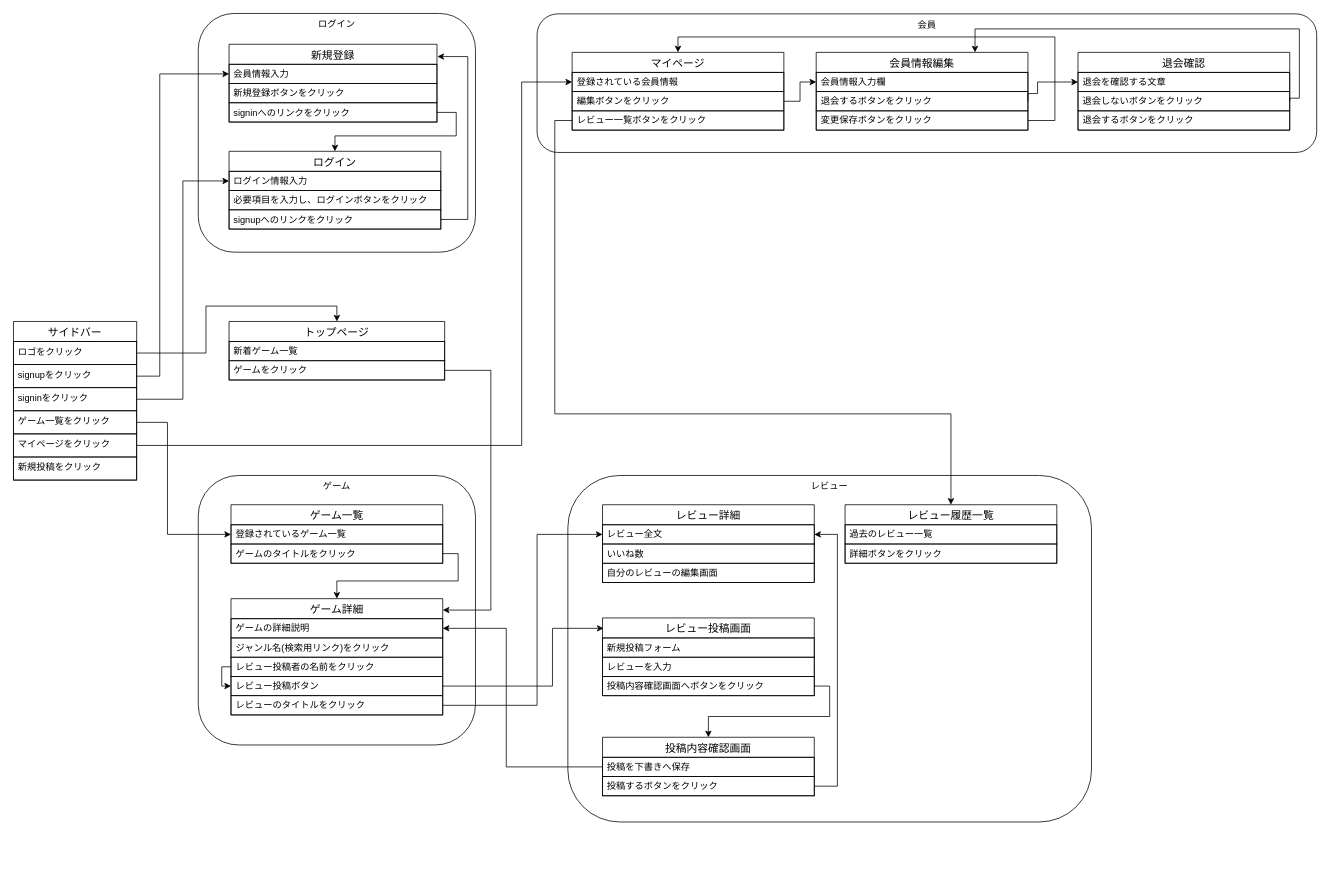
Before: GRG.drawio in kuropAqn/grg, a draw.io diagram. Source tidied: cells renumbered, new cells numbered last; positions are measured from the earlier drawing's top-left corner, leaving out a move shared by most shapes. Both pictures are drawn from the tidied source at 77%, with x=0, y=0 at pixel (13, 13).
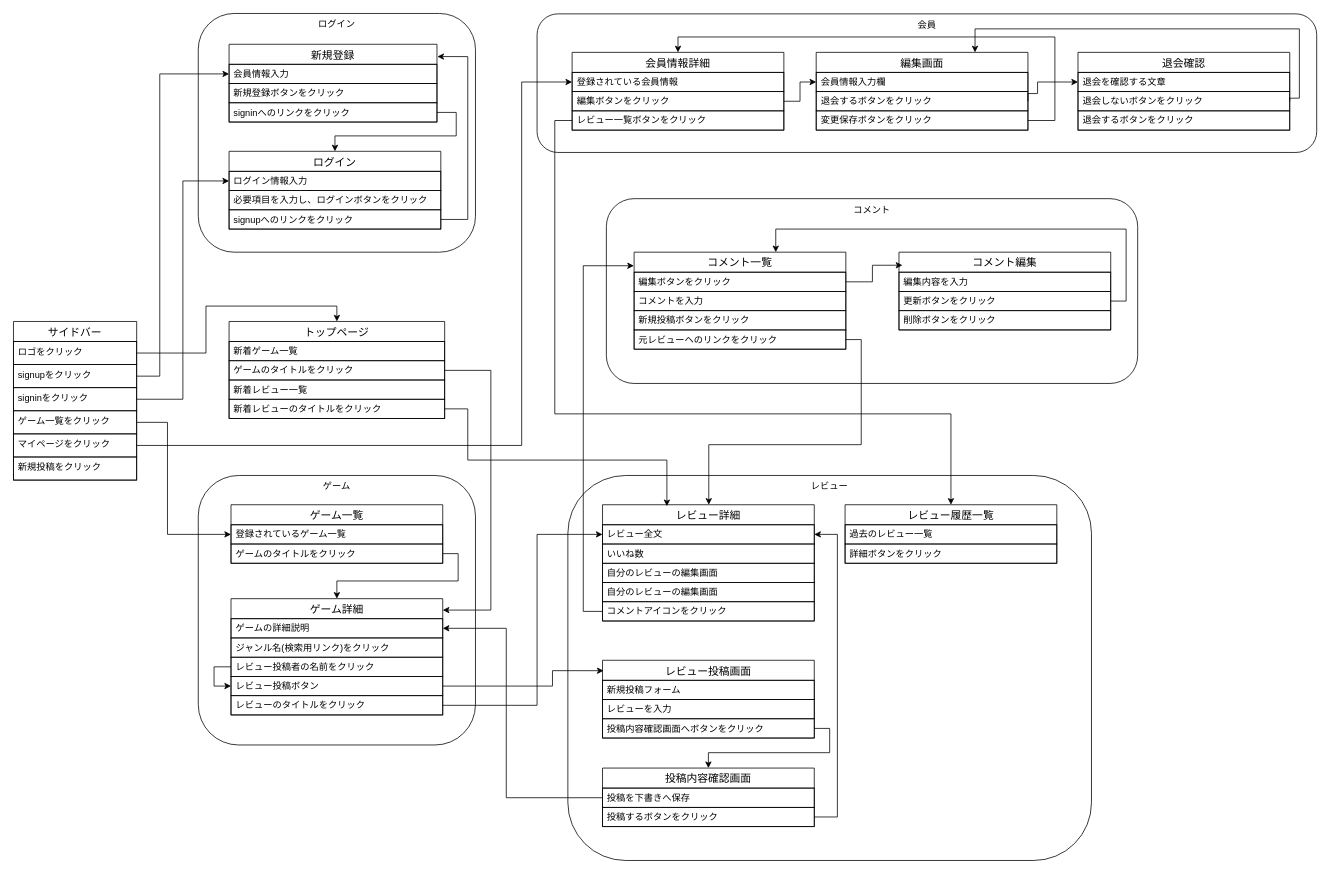
Above is the later version.

Commit message:
GRG.drawio を更新します

The change refers to these unchanged cells:
```xml
<mxCell id="26" value="投稿内容確認画面へボタンをクリック" style="text;strokeColor=default;fillColor=none;spacingLeft=4;spacingRight=4;overflow=hidden;points=[[0,0.5],[1,0.5]];portConstraint=eastwest;fontSize=12;whiteSpace=wrap;html=1;verticalAlign=middle;align=left;" parent="23" vertex="1">
  <mxGeometry y="76" width="275" height="25" as="geometry" />
</mxCell>
<mxCell id="31" value="ゲーム詳細" style="swimlane;fontStyle=0;horizontal=1;startSize=26;align=center;fontSize=14;" parent="1" vertex="1">
  <mxGeometry x="282.5" y="760" width="275" height="151" as="geometry" />
</mxCell>
<mxCell id="32" value="ゲームの詳細説明" style="text;strokeColor=default;fillColor=none;spacingLeft=4;spacingRight=4;overflow=hidden;points=[[0,0.5],[1,0.5]];portConstraint=eastwest;fontSize=12;whiteSpace=wrap;html=1;verticalAlign=middle;align=left;" parent="31" vertex="1">
  <mxGeometry y="26" width="275" height="25" as="geometry" />
</mxCell>
<mxCell id="35" value="レビュー投稿者の名前をクリック" style="text;strokeColor=default;fillColor=none;spacingLeft=4;spacingRight=4;overflow=hidden;points=[[0,0.5],[1,0.5]];portConstraint=eastwest;fontSize=12;whiteSpace=wrap;html=1;verticalAlign=middle;align=left;" parent="31" vertex="1">
  <mxGeometry y="76" width="275" height="25" as="geometry" />
</mxCell>
<mxCell id="36" value="レビュー投稿ボタン" style="text;strokeColor=default;fillColor=none;spacingLeft=4;spacingRight=4;overflow=hidden;points=[[0,0.5],[1,0.5]];portConstraint=eastwest;fontSize=12;whiteSpace=wrap;html=1;verticalAlign=middle;align=left;" parent="31" vertex="1">
  <mxGeometry y="101" width="275" height="25" as="geometry" />
</mxCell>
<mxCell id="40" value="投稿を下書きへ保存" style="text;strokeColor=default;fillColor=none;spacingLeft=4;spacingRight=4;overflow=hidden;points=[[0,0.5],[1,0.5]];portConstraint=eastwest;fontSize=12;whiteSpace=wrap;html=1;verticalAlign=middle;align=left;" parent="39" vertex="1">
  <mxGeometry y="26" width="275" height="25" as="geometry" />
</mxCell>
<mxCell id="41" value="投稿するボタンをクリック" style="text;strokeColor=default;fillColor=none;spacingLeft=4;spacingRight=4;overflow=hidden;points=[[0,0.5],[1,0.5]];portConstraint=eastwest;fontSize=12;whiteSpace=wrap;html=1;verticalAlign=middle;align=left;" parent="39" vertex="1">
  <mxGeometry y="51" width="275" height="25" as="geometry" />
</mxCell>
<mxCell id="46" value="レビュー全文" style="text;strokeColor=default;fillColor=none;spacingLeft=4;spacingRight=4;overflow=hidden;points=[[0,0.5],[1,0.5]];portConstraint=eastwest;fontSize=12;whiteSpace=wrap;html=1;verticalAlign=middle;align=left;" parent="45" vertex="1">
  <mxGeometry y="26" width="275" height="25" as="geometry" />
</mxCell>
```

What changed in the source:
```diff
@@
     <mxCell id="22" value="レビュー" style="rounded=1;whiteSpace=wrap;html=1;verticalAlign=top;" parent="1" vertex="1">
-      <mxGeometry x="720" y="600" width="680" height="450" as="geometry" />
+      <mxGeometry x="720" y="600" width="680" height="500" as="geometry" />
     </mxCell>
     <mxCell id="23" value="レビュー投稿画面" style="swimlane;fontStyle=0;horizontal=1;startSize=26;align=center;fontSize=14;" parent="1" vertex="1">
-      <mxGeometry x="765" y="785" width="275" height="101" as="geometry" />
+      <mxGeometry x="765" y="840" width="275" height="101" as="geometry" />
     </mxCell>
@@
     <mxCell id="34" style="edgeStyle=orthogonalEdgeStyle;rounded=0;jettySize=auto;html=1;exitX=0;exitY=0.5;exitDx=0;exitDy=0;entryX=0;entryY=0.5;entryDx=0;entryDy=0;" parent="31" edge="1" source="35" target="36">
       <mxGeometry relative="1" as="geometry">
         <Array as="points">
-          <mxPoint x="-12" y="89" />
-          <mxPoint x="-12" y="114" />
+          <mxPoint x="-22" y="89" />
+          <mxPoint x="-22" y="114" />
         </Array>
       </mxGeometry>
     </mxCell>
@@
     <mxCell id="39" value="投稿内容確認画面" style="swimlane;fontStyle=0;horizontal=1;startSize=26;align=center;fontSize=14;" parent="1" vertex="1">
-      <mxGeometry x="765" y="940" width="275" height="76" as="geometry" />
+      <mxGeometry x="765" y="980" width="275" height="76" as="geometry" />
     </mxCell>
@@
     <mxCell id="43" style="edgeStyle=orthogonalEdgeStyle;rounded=0;jettySize=auto;html=1;exitX=1;exitY=0.5;exitDx=0;exitDy=0;entryX=0.5;entryY=0;entryDx=0;entryDy=0;" parent="1" edge="1" source="26" target="39">
-      <mxGeometry relative="1" as="geometry" />
+      <mxGeometry relative="1" as="geometry">
+        <Array as="points">
+          <mxPoint x="1060" y="929" />
+          <mxPoint x="1060" y="960" />
+          <mxPoint x="903" y="960" />
+        </Array>
+      </mxGeometry>
     </mxCell>
     <mxCell id="44" style="edgeStyle=orthogonalEdgeStyle;rounded=0;jettySize=auto;html=1;exitX=0;exitY=0.5;exitDx=0;exitDy=0;entryX=1;entryY=0.5;entryDx=0;entryDy=0;" parent="1" edge="1" source="40" target="32">
       <mxGeometry relative="1" as="geometry">
         <Array as="points">
-          <mxPoint x="640" y="979" />
+          <mxPoint x="640" y="1019" />
           <mxPoint x="640" y="799" />
         </Array>
       </mxGeometry>
     </mxCell>
     <mxCell id="45" value="レビュー詳細" style="swimlane;fontStyle=0;horizontal=1;startSize=26;align=center;fontSize=14;" parent="1" vertex="1">
-      <mxGeometry x="765" y="638" width="275" height="101" as="geometry" />
+      <mxGeometry x="765" y="638" width="275" height="151" as="geometry" />
     </mxCell>
@@
+    <mxCell id="80" value="自分のレビューの編集画面" style="text;strokeColor=default;fillColor=none;spacingLeft=4;spacingRight=4;overflow=hidden;fontSize=12;whiteSpace=wrap;html=1;verticalAlign=middle;align=left;" parent="45" vertex="1">
+      <mxGeometry y="101" width="275" height="25" as="geometry" />
+    </mxCell>
+    <mxCell id="81" value="コメントアイコンをクリック" style="text;strokeColor=default;fillColor=none;spacingLeft=4;spacingRight=4;overflow=hidden;points=[[0,0.5],[1,0.5]];portConstraint=eastwest;fontSize=12;whiteSpace=wrap;html=1;verticalAlign=middle;align=left;" parent="45" vertex="1">
+      <mxGeometry y="126" width="275" height="25" as="geometry" />
+    </mxCell>
@@
-    <mxCell id="51" value="マイページ" style="swimlane;fontStyle=0;horizontal=1;startSize=26;align=center;fontSize=14;" parent="1" vertex="1">
+    <mxCell id="51" value="会員情報詳細" style="swimlane;fontStyle=0;horizontal=1;startSize=26;align=center;fontSize=14;" parent="1" vertex="1">
       <mxGeometry x="725.5" y="50.5" width="275" height="101" as="geometry" />
     </mxCell>
@@
-    <mxCell id="55" value="会員情報編集" style="swimlane;fontStyle=0;horizontal=1;startSize=26;align=center;fontSize=14;" parent="1" vertex="1">
+    <mxCell id="55" value="編集画面" style="swimlane;fontStyle=0;horizontal=1;startSize=26;align=center;fontSize=14;" parent="1" vertex="1">
       <mxGeometry x="1042.5" y="50.5" width="275" height="101" as="geometry" />
     </mxCell>
@@
     <mxCell id="62" value="トップページ" style="swimlane;fontStyle=0;horizontal=1;startSize=26;align=center;fontSize=14;" parent="1" vertex="1">
-      <mxGeometry x="280" y="400" width="280" height="76" as="geometry" />
+      <mxGeometry x="280" y="400" width="280" height="126" as="geometry" />
     </mxCell>
@@
-    <mxCell id="64" value="ゲームをクリック" style="text;strokeColor=default;fillColor=none;spacingLeft=4;spacingRight=4;overflow=hidden;points=[[0,0.5],[1,0.5]];portConstraint=eastwest;fontSize=12;whiteSpace=wrap;html=1;verticalAlign=middle;align=left;" parent="62" vertex="1">
+    <mxCell id="64" value="ゲームのタイトルをクリック" style="text;strokeColor=default;fillColor=none;spacingLeft=4;spacingRight=4;overflow=hidden;points=[[0,0.5],[1,0.5]];portConstraint=eastwest;fontSize=12;whiteSpace=wrap;html=1;verticalAlign=middle;align=left;" parent="62" vertex="1">
       <mxGeometry y="51" width="280" height="25" as="geometry" />
     </mxCell>
+    <mxCell id="82" value="新着レビュー一覧" style="text;strokeColor=default;fillColor=none;spacingLeft=4;spacingRight=4;overflow=hidden;fontSize=12;whiteSpace=wrap;html=1;verticalAlign=middle;align=left;" parent="62" vertex="1">
+      <mxGeometry y="76" width="280" height="25" as="geometry" />
+    </mxCell>
+    <mxCell id="83" value="新着レビューのタイトルをクリック" style="text;strokeColor=default;fillColor=none;spacingLeft=4;spacingRight=4;overflow=hidden;points=[[0,0.5],[1,0.5]];portConstraint=eastwest;fontSize=12;whiteSpace=wrap;html=1;verticalAlign=middle;align=left;" parent="62" vertex="1">
+      <mxGeometry y="101" width="280" height="25" as="geometry" />
+    </mxCell>
@@
     <mxCell id="67" style="edgeStyle=orthogonalEdgeStyle;rounded=0;jettySize=auto;html=1;exitX=1;exitY=0.5;exitDx=0;exitDy=0;entryX=0.005;entryY=0.134;entryDx=0;entryDy=0;entryPerimeter=0;" parent="1" edge="1" source="36" target="23">
       <mxGeometry relative="1" as="geometry">
         <Array as="points">
           <mxPoint x="700" y="874" />
-          <mxPoint x="700" y="799" />
+          <mxPoint x="700" y="854" />
         </Array>
       </mxGeometry>
     </mxCell>
@@
     <mxCell id="79" style="edgeStyle=orthogonalEdgeStyle;rounded=0;jettySize=auto;html=1;exitX=1;exitY=0.5;exitDx=0;exitDy=0;entryX=1;entryY=0.5;entryDx=0;entryDy=0;" parent="1" edge="1" source="41" target="46">
       <mxGeometry relative="1" as="geometry">
         <Array as="points">
-          <mxPoint x="1070" y="1004" />
-          <mxPoint x="1070" y="677" />
+          <mxPoint x="1070" y="1044" />
+          <mxPoint x="1070" y="676" />
         </Array>
       </mxGeometry>
     </mxCell>
+    <mxCell id="84" value="コメント" style="rounded=1;whiteSpace=wrap;html=1;verticalAlign=top;" parent="1" vertex="1">
+      <mxGeometry x="770" y="240.5" width="690" height="240" as="geometry" />
+    </mxCell>
+    <mxCell id="85" value="コメント一覧" style="swimlane;fontStyle=0;horizontal=1;startSize=26;align=center;fontSize=14;" parent="1" vertex="1">
+      <mxGeometry x="806" y="310" width="275" height="126" as="geometry" />
+    </mxCell>
+    <mxCell id="86" value="編集ボタンをクリック" style="text;strokeColor=default;fillColor=none;spacingLeft=4;spacingRight=4;overflow=hidden;points=[[0,0.5],[1,0.5]];portConstraint=eastwest;fontSize=12;whiteSpace=wrap;html=1;verticalAlign=middle;align=left;" parent="85" vertex="1">
+      <mxGeometry y="26" width="275" height="25" as="geometry" />
+    </mxCell>
+    <mxCell id="87" value="コメントを入力" style="text;strokeColor=default;fillColor=none;spacingLeft=4;spacingRight=4;overflow=hidden;fontSize=12;whiteSpace=wrap;html=1;verticalAlign=middle;align=left;" parent="85" vertex="1">
+      <mxGeometry y="51" width="275" height="25" as="geometry" />
+    </mxCell>
+    <mxCell id="88" value="新規投稿ボタンをクリック" style="text;strokeColor=default;fillColor=none;spacingLeft=4;spacingRight=4;overflow=hidden;fontSize=12;whiteSpace=wrap;html=1;verticalAlign=middle;align=left;" parent="85" vertex="1">
+      <mxGeometry y="76" width="275" height="25" as="geometry" />
+    </mxCell>
+    <mxCell id="89" value="元レビューヘのリンクをクリック" style="text;strokeColor=default;fillColor=none;spacingLeft=4;spacingRight=4;overflow=hidden;points=[[0,0.5],[1,0.5]];portConstraint=eastwest;fontSize=12;whiteSpace=wrap;html=1;verticalAlign=middle;align=left;" parent="85" vertex="1">
+      <mxGeometry y="101" width="275" height="25" as="geometry" />
+    </mxCell>
+    <mxCell id="90" style="edgeStyle=orthogonalEdgeStyle;rounded=0;jettySize=auto;html=1;exitX=0;exitY=0.5;exitDx=0;exitDy=0;entryX=-0.001;entryY=0.14;entryDx=0;entryDy=0;entryPerimeter=0;" parent="1" edge="1" source="81" target="85">
+      <mxGeometry relative="1" as="geometry">
+        <Array as="points">
+          <mxPoint x="740" y="776" />
+          <mxPoint x="740" y="328" />
+        </Array>
+      </mxGeometry>
+    </mxCell>
+    <mxCell id="91" value="コメント編集" style="swimlane;fontStyle=0;horizontal=1;startSize=26;align=center;fontSize=14;" parent="1" vertex="1">
+      <mxGeometry x="1150" y="310" width="275" height="101" as="geometry" />
+    </mxCell>
+    <mxCell id="92" value="編集内容を入力" style="text;strokeColor=default;fillColor=none;spacingLeft=4;spacingRight=4;overflow=hidden;fontSize=12;whiteSpace=wrap;html=1;verticalAlign=middle;align=left;" parent="91" vertex="1">
+      <mxGeometry y="26" width="275" height="25" as="geometry" />
+    </mxCell>
+    <mxCell id="93" value="更新ボタンをクリック" style="text;strokeColor=default;fillColor=none;spacingLeft=4;spacingRight=4;overflow=hidden;points=[[0,0.5],[1,0.5]];portConstraint=eastwest;fontSize=12;whiteSpace=wrap;html=1;verticalAlign=middle;align=left;" parent="91" vertex="1">
+      <mxGeometry y="51" width="275" height="25" as="geometry" />
+    </mxCell>
+    <mxCell id="94" value="削除ボタンをクリック" style="text;strokeColor=default;fillColor=none;spacingLeft=4;spacingRight=4;overflow=hidden;fontSize=12;whiteSpace=wrap;html=1;verticalAlign=middle;align=left;" parent="91" vertex="1">
+      <mxGeometry y="76" width="275" height="25" as="geometry" />
+    </mxCell>
+    <mxCell id="95" style="edgeStyle=orthogonalEdgeStyle;rounded=0;jettySize=auto;html=1;exitX=1;exitY=0.5;exitDx=0;exitDy=0;entryX=0.016;entryY=0.168;entryDx=0;entryDy=0;entryPerimeter=0;" parent="1" edge="1" source="86" target="91">
+      <mxGeometry relative="1" as="geometry" />
+    </mxCell>
+    <mxCell id="96" style="edgeStyle=orthogonalEdgeStyle;rounded=0;jettySize=auto;html=1;exitX=1;exitY=0.5;exitDx=0;exitDy=0;entryX=0.669;entryY=0;entryDx=0;entryDy=0;entryPerimeter=0;" parent="1" edge="1" source="93" target="85">
+      <mxGeometry relative="1" as="geometry">
+        <Array as="points">
+          <mxPoint x="1445" y="374" />
+          <mxPoint x="1445" y="280" />
+          <mxPoint x="990" y="280" />
+        </Array>
+      </mxGeometry>
+    </mxCell>
+    <mxCell id="97" style="edgeStyle=orthogonalEdgeStyle;rounded=0;jettySize=auto;html=1;exitX=1;exitY=0.5;exitDx=0;exitDy=0;" parent="1" edge="1" source="89" target="45">
+      <mxGeometry relative="1" as="geometry">
+        <Array as="points">
+          <mxPoint x="1101" y="424" />
+          <mxPoint x="1101" y="560" />
+          <mxPoint x="903" y="560" />
+        </Array>
+      </mxGeometry>
+    </mxCell>
+    <mxCell id="98" style="edgeStyle=orthogonalEdgeStyle;rounded=0;jettySize=auto;html=1;exitX=1;exitY=0.5;exitDx=0;exitDy=0;entryX=0.304;entryY=0.012;entryDx=0;entryDy=0;entryPerimeter=0;" parent="1" edge="1" source="83" target="45">
+      <mxGeometry relative="1" as="geometry">
+        <Array as="points">
+          <mxPoint x="590" y="514" />
+          <mxPoint x="590" y="580" />
+          <mxPoint x="849" y="580" />
+        </Array>
+      </mxGeometry>
+    </mxCell>
```
